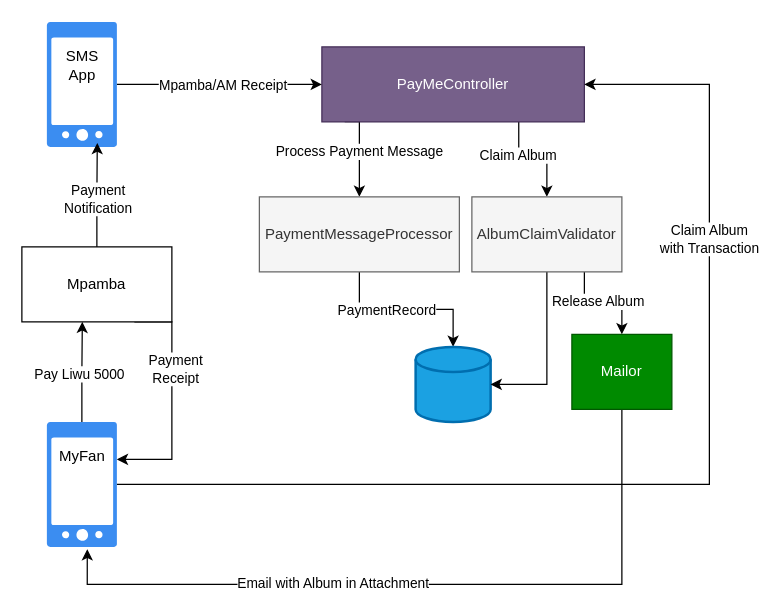
The draw.io diagram page "Overview" (1 of 5) of architecture.drawio in liwoo/payme, before the edit. Source tidied: cells renumbered, new cells numbered last; positions are measured from the earlier drawing's top-left corner, leaving out a move shared by most shapes. Both pictures are drawn from the tidied source at 125%, with x=0, y=0 at pixel (21, 21).
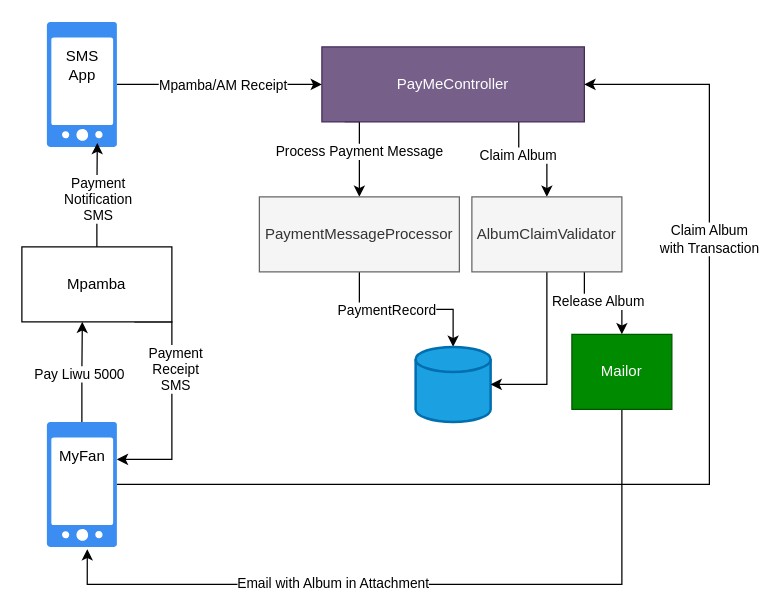
The same diagram, later.

The change refers to these unchanged cells:
```xml
<mxCell id="17" style="edgeStyle=orthogonalEdgeStyle;rounded=0;jettySize=auto;html=1;entryX=0.72;entryY=0.969;entryDx=0;entryDy=0;entryPerimeter=0;" parent="1" edge="1" source="21" target="8">
  <mxGeometry relative="1" as="geometry" />
</mxCell>
<mxCell id="19" style="edgeStyle=orthogonalEdgeStyle;rounded=0;jettySize=auto;html=1;exitX=0.75;exitY=1;exitDx=0;exitDy=0;" parent="1" edge="1" source="21">
  <mxGeometry relative="1" as="geometry">
    <mxPoint x="76" y="350" as="targetPoint" />
    <Array as="points">
      <mxPoint x="120" y="240" />
      <mxPoint x="120" y="350" />
      <mxPoint x="76" y="350" />
    </Array>
  </mxGeometry>
</mxCell>
```

The edit, as a diff of the source:
```diff
@@
-    <mxCell id="18" value="Payment&lt;br&gt;Notification" style="edgeLabel;html=1;align=center;verticalAlign=middle;" parent="17" vertex="1">
+    <mxCell id="18" value="Payment&lt;br&gt;Notification&lt;br&gt;SMS" style="edgeLabel;html=1;align=center;verticalAlign=middle;" parent="17" vertex="1">
       <mxGeometry x="-0.03" y="-1" relative="1" as="geometry">
         <mxPoint x="-1" y="1" as="offset" />
       </mxGeometry>
     </mxCell>
@@
-    <mxCell id="20" value="Payment&lt;br&gt;Receipt" style="edgeLabel;html=1;align=center;verticalAlign=middle;" parent="19" vertex="1">
+    <mxCell id="20" value="Payment&lt;br&gt;Receipt&lt;br&gt;SMS" style="edgeLabel;html=1;align=center;verticalAlign=middle;" parent="19" vertex="1">
       <mxGeometry x="-0.27" y="2" relative="1" as="geometry" />
     </mxCell>
```
